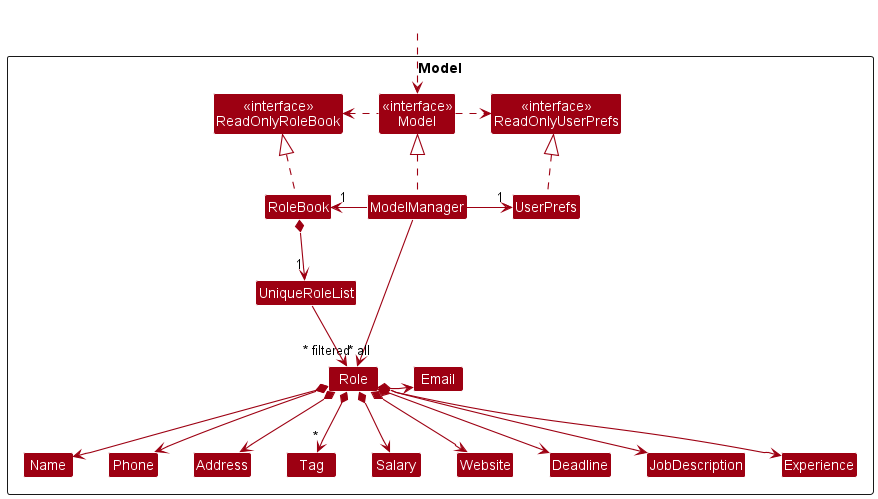
Before: docs/images/ModelClassDiagram.png, a diagram exported from PlantUML (nus-cs2103-AY2223S2/tp).
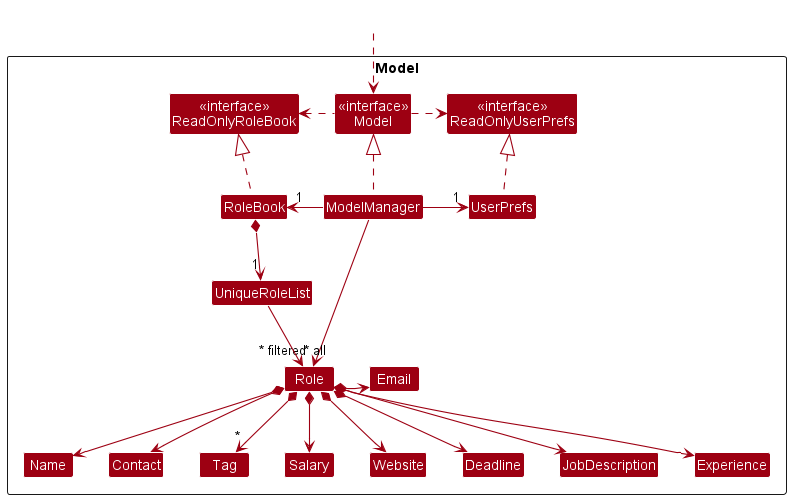
Later version of the same file.

Commit message:
Update fields of PUML diagrams

The edit, as a diff of the source:
```diff
@@ -14,10 +14,9 @@
 
 Class UniqueRoleList
 Class Role
-Class Address
 Class Email
 Class Name
-Class Phone
+Class Contact
 Class Tag
 
 Class Salary
@@ -42,9 +41,8 @@
 RoleBook *--> "1" UniqueRoleList
 
 Role *--> Name
-Role *--> Phone
+Role *--> Contact
 Role *--> Email
-Role *--> Address
 Role *--> "*" Tag
 Role *--> Salary
 Role *--> Website
@@ -52,8 +50,8 @@
 Role *--> JobDescription
 Role *--> Experience
 
-Name -[hidden]right-> Phone
-Phone -[hidden]right-> Role
+Name -[hidden]right-> Contact
+Contact -[hidden]right-> Role
 Role -[hidden]right-> Email
 
 ModelManager -->"~* filtered" Role
```
